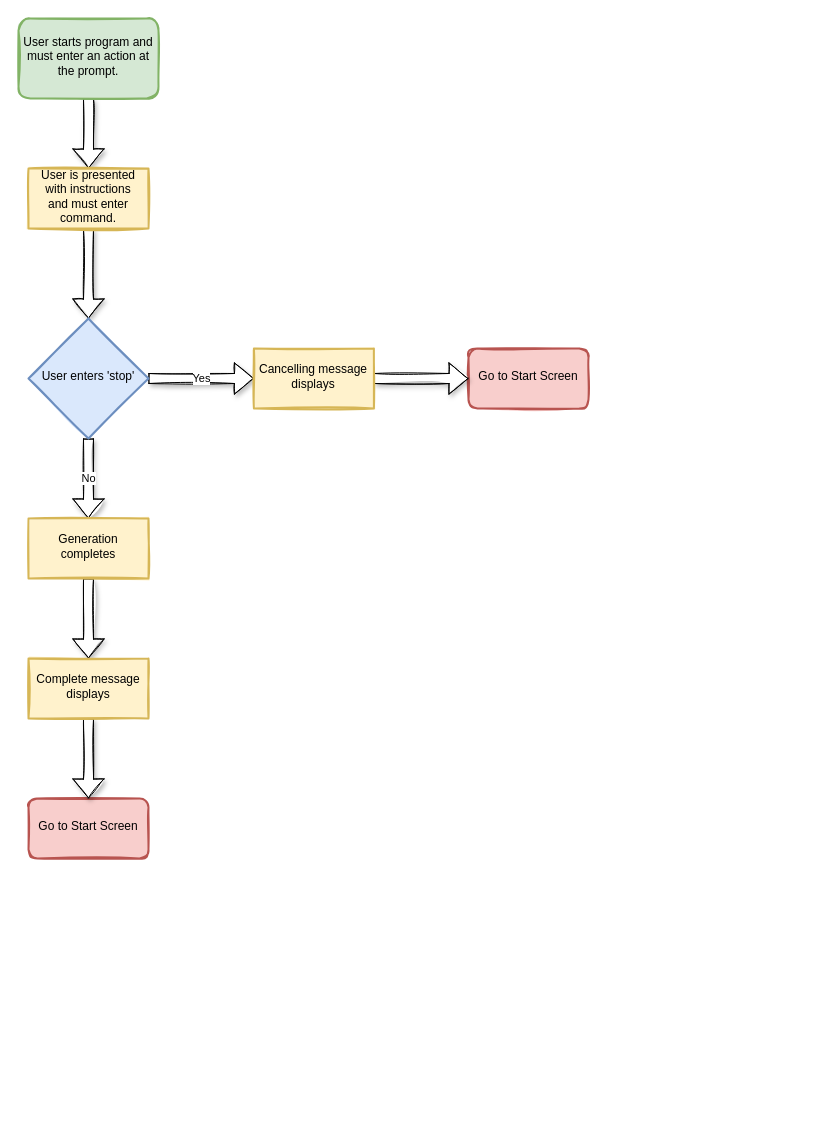
Before: Design/PrintScreenFlow.drawio in zkturman/LanguageCrawler, a draw.io diagram. Source tidied: cells renumbered, new cells numbered last; positions are measured from the earlier drawing's top-left corner, leaving out a move shared by most shapes. Both pictures are drawn from the tidied source at 100%, with x=0, y=0 at pixel (18, 18).
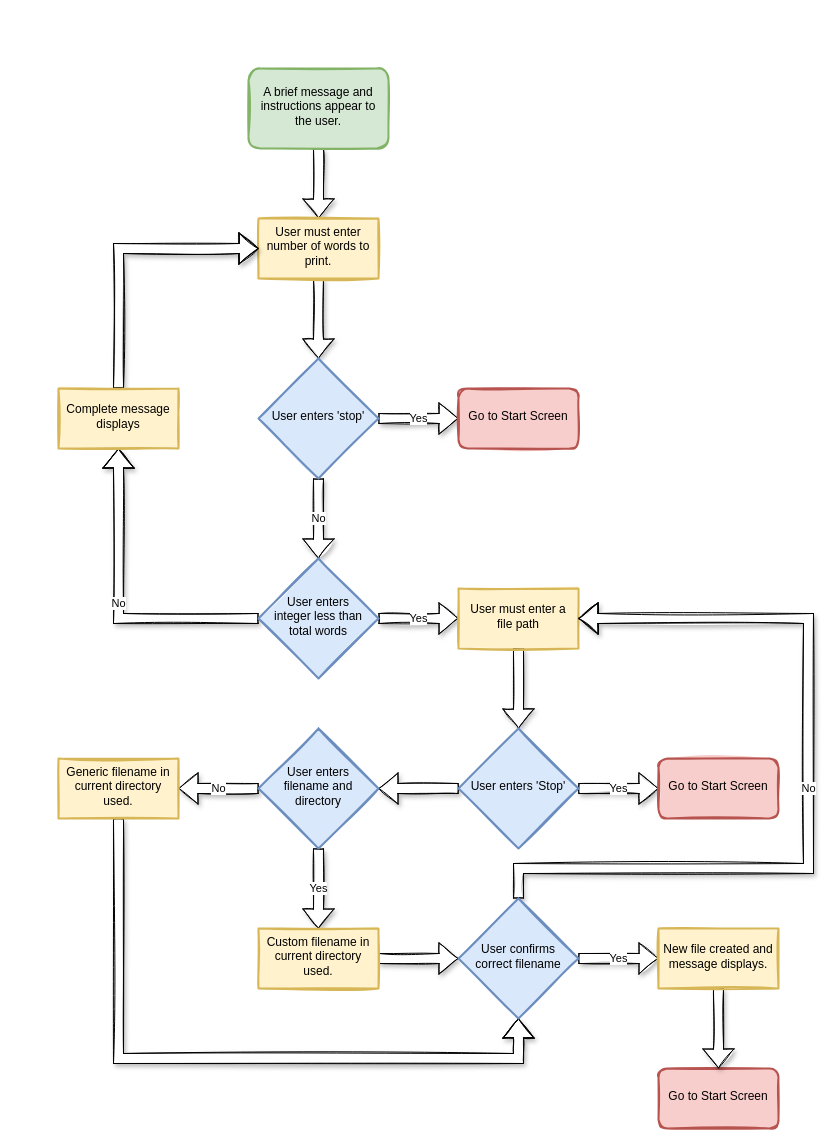
Above is the later version.

Diff of the diagram source:
```diff
@@
-    <mxCell id="3" value="Yes" style="edgeStyle=orthogonalEdgeStyle;rounded=0;jettySize=auto;html=1;exitX=1;exitY=0.5;exitDx=0;exitDy=0;entryX=0;entryY=0.5;entryDx=0;entryDy=0;sketch=1;strokeWidth=1;shadow=1;fillColor=default;shape=flexArrow;" parent="1" edge="1" source="5" target="12">
+    <mxCell id="3" value="Yes" style="edgeStyle=orthogonalEdgeStyle;rounded=0;jettySize=auto;html=1;exitX=1;exitY=0.5;exitDx=0;exitDy=0;entryX=0;entryY=0.5;entryDx=0;entryDy=0;sketch=1;strokeWidth=1;shadow=1;fillColor=default;shape=flexArrow;" parent="1" edge="1" source="5" target="6">
       <mxGeometry relative="1" as="geometry" />
     </mxCell>
-    <mxCell id="4" value="No" style="edgeStyle=orthogonalEdgeStyle;rounded=0;jettySize=auto;html=1;exitX=0.5;exitY=1;exitDx=0;exitDy=0;entryX=0.5;entryY=0;entryDx=0;entryDy=0;sketch=1;strokeWidth=1;shadow=1;fillColor=default;shape=flexArrow;" parent="1" edge="1" source="5" target="14">
+    <mxCell id="4" value="No" style="edgeStyle=orthogonalEdgeStyle;rounded=0;jettySize=auto;html=1;exitX=0.5;exitY=1;exitDx=0;exitDy=0;entryX=0.5;entryY=0;entryDx=0;entryDy=0;sketch=1;strokeWidth=1;shadow=1;fillColor=default;shape=flexArrow;" parent="1" edge="1" source="5" target="19">
       <mxGeometry relative="1" as="geometry" />
     </mxCell>
     <mxCell id="5" value="User enters 'stop'" style="rhombus;whiteSpace=wrap;html=1;shadow=0;fontFamily=Helvetica;fontSize=12;align=center;strokeWidth=2;spacing=6;spacingTop=-4;fillColor=#dae8fc;strokeColor=#6c8ebf;sketch=1;fillStyle=solid;" parent="1" vertex="1">
-      <mxGeometry x="10" y="300" width="120" height="120" as="geometry" />
+      <mxGeometry x="240" y="340" width="120" height="120" as="geometry" />
     </mxCell>
     <mxCell id="6" value="Go to Start Screen" style="rounded=1;whiteSpace=wrap;html=1;fontSize=12;glass=0;strokeWidth=2;shadow=0;fillColor=#f8cecc;strokeColor=#b85450;spacing=6;spacingTop=-4;sketch=1;fillStyle=solid;" parent="1" vertex="1">
-      <mxGeometry x="450" y="330" width="120" height="60" as="geometry" />
+      <mxGeometry x="440" y="370" width="120" height="60" as="geometry" />
     </mxCell>
@@
-    <mxCell id="8" value="User starts program and must enter an action at the prompt." style="rounded=1;whiteSpace=wrap;html=1;fontSize=12;glass=0;strokeWidth=2;shadow=0;fillColor=#d5e8d4;strokeColor=#82b366;spacing=6;spacingTop=-4;sketch=1;fillStyle=solid;" parent="1" vertex="1">
-      <mxGeometry width="140" height="80" as="geometry" />
+    <mxCell id="8" value="A brief message and instructions appear to the user." style="rounded=1;whiteSpace=wrap;html=1;fontSize=12;glass=0;strokeWidth=2;shadow=0;fillColor=#d5e8d4;strokeColor=#82b366;spacing=6;spacingTop=-4;sketch=1;fillStyle=solid;" parent="1" vertex="1">
+      <mxGeometry x="230" y="50" width="140" height="80" as="geometry" />
     </mxCell>
-    <mxCell id="9" value="User is presented with instructions &lt;br&gt;and must enter command." style="rounded=0;whiteSpace=wrap;html=1;fillColor=#fff2cc;strokeColor=#d6b656;shadow=0;strokeWidth=2;spacing=6;spacingTop=-4;sketch=1;fillStyle=solid;" parent="1" vertex="1">
-      <mxGeometry x="10" y="150" width="120" height="60" as="geometry" />
+    <mxCell id="9" value="User must enter number of words to print." style="rounded=0;whiteSpace=wrap;html=1;fillColor=#fff2cc;strokeColor=#d6b656;shadow=0;strokeWidth=2;spacing=6;spacingTop=-4;sketch=1;fillStyle=solid;" parent="1" vertex="1">
+      <mxGeometry x="240" y="200" width="120" height="60" as="geometry" />
     </mxCell>
     <mxCell id="10" value="Go to Start Screen" style="rounded=1;whiteSpace=wrap;html=1;fontSize=12;glass=0;strokeWidth=2;shadow=0;fillColor=#f8cecc;strokeColor=#b85450;spacing=6;spacingTop=-4;sketch=1;fillStyle=solid;" parent="1" vertex="1">
-      <mxGeometry x="10" y="780" width="120" height="60" as="geometry" />
+      <mxGeometry x="640" y="1050" width="120" height="60" as="geometry" />
     </mxCell>
-    <mxCell id="11" style="edgeStyle=orthogonalEdgeStyle;rounded=0;jettySize=auto;html=1;exitX=1;exitY=0.5;exitDx=0;exitDy=0;entryX=0;entryY=0.5;entryDx=0;entryDy=0;sketch=1;strokeWidth=1;shadow=1;fillColor=default;shape=flexArrow;" parent="1" edge="1" source="12" target="6">
-      <mxGeometry relative="1" as="geometry" />
-    </mxCell>
-    <mxCell id="12" value="Cancelling message displays" style="rounded=0;whiteSpace=wrap;html=1;fillColor=#fff2cc;strokeColor=#d6b656;shadow=0;strokeWidth=2;spacing=6;spacingTop=-4;sketch=1;fillStyle=solid;" parent="1" vertex="1">
-      <mxGeometry x="235.4" y="330" width="120" height="60" as="geometry" />
-    </mxCell>
-    <mxCell id="13" style="edgeStyle=orthogonalEdgeStyle;shape=flexArrow;rounded=0;sketch=1;jettySize=auto;html=1;exitX=0.5;exitY=1;exitDx=0;exitDy=0;entryX=0.5;entryY=0;entryDx=0;entryDy=0;shadow=1;labelBackgroundColor=default;fontFamily=Helvetica;fontSize=11;fontColor=default;endArrow=classic;strokeColor=default;strokeWidth=1;fillColor=default;" parent="1" edge="1" source="14" target="16">
-      <mxGeometry relative="1" as="geometry" />
-    </mxCell>
-    <mxCell id="14" value="Generation completes" style="rounded=0;whiteSpace=wrap;html=1;fillColor=#fff2cc;strokeColor=#d6b656;shadow=0;strokeWidth=2;spacing=6;spacingTop=-4;sketch=1;fillStyle=solid;" parent="1" vertex="1">
-      <mxGeometry x="10" y="500" width="120" height="60" as="geometry" />
-    </mxCell>
-    <mxCell id="15" style="edgeStyle=orthogonalEdgeStyle;shape=flexArrow;rounded=0;sketch=1;jettySize=auto;html=1;exitX=0.5;exitY=1;exitDx=0;exitDy=0;entryX=0.5;entryY=0;entryDx=0;entryDy=0;shadow=1;labelBackgroundColor=default;fontFamily=Helvetica;fontSize=11;fontColor=default;endArrow=classic;strokeColor=default;strokeWidth=1;fillColor=default;" parent="1" edge="1" source="16" target="10">
+    <mxCell id="15" style="edgeStyle=orthogonalEdgeStyle;shape=flexArrow;rounded=0;sketch=1;jettySize=auto;html=1;exitX=0.5;exitY=1;exitDx=0;exitDy=0;entryX=0.5;entryY=0;entryDx=0;entryDy=0;shadow=1;labelBackgroundColor=default;fontFamily=Helvetica;fontSize=11;fontColor=default;endArrow=classic;strokeColor=default;strokeWidth=1;fillColor=default;" parent="1" edge="1" source="37" target="10">
       <mxGeometry relative="1" as="geometry" />
     </mxCell>
+    <mxCell id="17" value="Yes&lt;br&gt;" style="edgeStyle=orthogonalEdgeStyle;rounded=0;jettySize=auto;html=1;exitX=1;exitY=0.5;exitDx=0;exitDy=0;sketch=1;strokeWidth=1;shadow=1;fillColor=default;shape=flexArrow;entryX=0;entryY=0.5;entryDx=0;entryDy=0;" parent="1" edge="1" source="19" target="21">
+      <mxGeometry relative="1" as="geometry" />
+    </mxCell>
+    <mxCell id="18" value="No" style="edgeStyle=orthogonalEdgeStyle;shape=flexArrow;rounded=0;sketch=1;jettySize=auto;html=1;exitX=0;exitY=0.5;exitDx=0;exitDy=0;shadow=1;labelBackgroundColor=default;fontFamily=Helvetica;fontSize=11;fontColor=default;endArrow=classic;strokeColor=default;strokeWidth=1;fillColor=default;entryX=0.5;entryY=1;entryDx=0;entryDy=0;" parent="1" edge="1" source="19" target="16">
+      <mxGeometry relative="1" as="geometry">
+        <Array as="points">
+          <mxPoint x="100" y="600" />
+        </Array>
+      </mxGeometry>
+    </mxCell>
+    <mxCell id="19" value="User enters &lt;br&gt;integer less than total words" style="rhombus;whiteSpace=wrap;html=1;shadow=0;fontFamily=Helvetica;fontSize=12;align=center;strokeWidth=2;spacing=6;spacingTop=-4;fillColor=#dae8fc;strokeColor=#6c8ebf;sketch=1;fillStyle=solid;" parent="1" vertex="1">
+      <mxGeometry x="240" y="540" width="120" height="120" as="geometry" />
+    </mxCell>
+    <mxCell id="20" style="edgeStyle=orthogonalEdgeStyle;shape=flexArrow;rounded=0;sketch=1;jettySize=auto;html=1;exitX=0.5;exitY=1;exitDx=0;exitDy=0;entryX=0.5;entryY=0;entryDx=0;entryDy=0;shadow=1;labelBackgroundColor=default;fontFamily=Helvetica;fontSize=11;fontColor=default;endArrow=classic;strokeColor=default;strokeWidth=1;fillColor=default;" parent="1" edge="1" source="21" target="25">
+      <mxGeometry relative="1" as="geometry" />
+    </mxCell>
+    <mxCell id="21" value="User must enter a file path" style="rounded=0;whiteSpace=wrap;html=1;fillColor=#fff2cc;strokeColor=#d6b656;shadow=0;strokeWidth=2;spacing=6;spacingTop=-4;sketch=1;fillStyle=solid;" parent="1" vertex="1">
+      <mxGeometry x="440" y="570" width="120" height="60" as="geometry" />
+    </mxCell>
+    <mxCell id="22" style="edgeStyle=orthogonalEdgeStyle;shape=flexArrow;rounded=0;sketch=1;jettySize=auto;html=1;exitX=0.5;exitY=0;exitDx=0;exitDy=0;entryX=0;entryY=0.5;entryDx=0;entryDy=0;shadow=1;labelBackgroundColor=default;fontFamily=Helvetica;fontSize=11;fontColor=default;endArrow=classic;strokeColor=default;strokeWidth=1;fillColor=default;" parent="1" edge="1" source="16" target="9">
+      <mxGeometry relative="1" as="geometry" />
+    </mxCell>
     <mxCell id="16" value="Complete message displays" style="rounded=0;whiteSpace=wrap;html=1;fillColor=#fff2cc;strokeColor=#d6b656;shadow=0;strokeWidth=2;spacing=6;spacingTop=-4;sketch=1;fillStyle=solid;" parent="1" vertex="1">
-      <mxGeometry x="10" y="640" width="120" height="60" as="geometry" />
+      <mxGeometry x="40" y="370" width="120" height="60" as="geometry" />
     </mxCell>
+    <mxCell id="23" value="Yes" style="edgeStyle=orthogonalEdgeStyle;rounded=0;jettySize=auto;html=1;exitX=1;exitY=0.5;exitDx=0;exitDy=0;entryX=0;entryY=0.5;entryDx=0;entryDy=0;sketch=1;strokeWidth=1;shadow=1;fillColor=default;shape=flexArrow;" parent="1" edge="1" source="25" target="26">
+      <mxGeometry relative="1" as="geometry" />
+    </mxCell>
+    <mxCell id="24" style="edgeStyle=orthogonalEdgeStyle;shape=flexArrow;rounded=0;sketch=1;jettySize=auto;html=1;exitX=0;exitY=0.5;exitDx=0;exitDy=0;shadow=1;labelBackgroundColor=default;fontFamily=Helvetica;fontSize=11;fontColor=default;endArrow=classic;strokeColor=default;strokeWidth=1;fillColor=default;entryX=1;entryY=0.5;entryDx=0;entryDy=0;" parent="1" edge="1" source="25" target="29">
+      <mxGeometry relative="1" as="geometry" />
+    </mxCell>
+    <mxCell id="25" value="User enters 'Stop'" style="rhombus;whiteSpace=wrap;html=1;shadow=0;fontFamily=Helvetica;fontSize=12;align=center;strokeWidth=2;spacing=6;spacingTop=-4;fillColor=#dae8fc;strokeColor=#6c8ebf;sketch=1;fillStyle=solid;" parent="1" vertex="1">
+      <mxGeometry x="440" y="710" width="120" height="120" as="geometry" />
+    </mxCell>
+    <mxCell id="26" value="Go to Start Screen" style="rounded=1;whiteSpace=wrap;html=1;fontSize=12;glass=0;strokeWidth=2;shadow=0;fillColor=#f8cecc;strokeColor=#b85450;spacing=6;spacingTop=-4;sketch=1;fillStyle=solid;" parent="1" vertex="1">
+      <mxGeometry x="640" y="740" width="120" height="60" as="geometry" />
+    </mxCell>
+    <mxCell id="27" value="No" style="edgeStyle=orthogonalEdgeStyle;shape=flexArrow;rounded=0;sketch=1;jettySize=auto;html=1;exitX=0;exitY=0.5;exitDx=0;exitDy=0;shadow=1;labelBackgroundColor=default;fontFamily=Helvetica;fontSize=11;fontColor=default;endArrow=classic;strokeColor=default;strokeWidth=1;fillColor=default;entryX=1;entryY=0.5;entryDx=0;entryDy=0;" parent="1" edge="1" source="29" target="31">
+      <mxGeometry relative="1" as="geometry" />
+    </mxCell>
+    <mxCell id="28" value="Yes" style="edgeStyle=orthogonalEdgeStyle;shape=flexArrow;rounded=0;sketch=1;jettySize=auto;html=1;exitX=0.5;exitY=1;exitDx=0;exitDy=0;shadow=1;labelBackgroundColor=default;fontFamily=Helvetica;fontSize=11;fontColor=default;endArrow=classic;strokeColor=default;strokeWidth=1;fillColor=default;" parent="1" edge="1" source="29" target="33">
+      <mxGeometry relative="1" as="geometry" />
+    </mxCell>
+    <mxCell id="29" value="User enters filename and directory" style="rhombus;whiteSpace=wrap;html=1;shadow=0;fontFamily=Helvetica;fontSize=12;align=center;strokeWidth=2;spacing=6;spacingTop=-4;fillColor=#dae8fc;strokeColor=#6c8ebf;sketch=1;fillStyle=solid;" parent="1" vertex="1">
+      <mxGeometry x="240" y="710" width="120" height="120" as="geometry" />
+    </mxCell>
+    <mxCell id="30" style="edgeStyle=orthogonalEdgeStyle;shape=flexArrow;rounded=0;sketch=1;jettySize=auto;html=1;exitX=0.5;exitY=1;exitDx=0;exitDy=0;entryX=0.5;entryY=1;entryDx=0;entryDy=0;shadow=1;labelBackgroundColor=default;fontFamily=Helvetica;fontSize=11;fontColor=default;endArrow=classic;strokeColor=default;strokeWidth=1;fillColor=default;" parent="1" edge="1" source="31" target="36">
+      <mxGeometry relative="1" as="geometry">
+        <Array as="points">
+          <mxPoint x="100" y="1040" />
+          <mxPoint x="500" y="1040" />
+        </Array>
+      </mxGeometry>
+    </mxCell>
+    <mxCell id="31" value="Generic filename in current directory used." style="rounded=0;whiteSpace=wrap;html=1;fillColor=#fff2cc;strokeColor=#d6b656;shadow=0;strokeWidth=2;spacing=6;spacingTop=-4;sketch=1;fillStyle=solid;" parent="1" vertex="1">
+      <mxGeometry x="40" y="740" width="120" height="60" as="geometry" />
+    </mxCell>
+    <mxCell id="32" style="edgeStyle=orthogonalEdgeStyle;shape=flexArrow;rounded=0;sketch=1;jettySize=auto;html=1;exitX=1;exitY=0.5;exitDx=0;exitDy=0;entryX=0;entryY=0.5;entryDx=0;entryDy=0;shadow=1;labelBackgroundColor=default;fontFamily=Helvetica;fontSize=11;fontColor=default;endArrow=classic;strokeColor=default;strokeWidth=1;fillColor=default;" parent="1" edge="1" source="33" target="36">
+      <mxGeometry relative="1" as="geometry" />
+    </mxCell>
+    <mxCell id="33" value="Custom filename in current directory used." style="rounded=0;whiteSpace=wrap;html=1;fillColor=#fff2cc;strokeColor=#d6b656;shadow=0;strokeWidth=2;spacing=6;spacingTop=-4;sketch=1;fillStyle=solid;" parent="1" vertex="1">
+      <mxGeometry x="240" y="910" width="120" height="60" as="geometry" />
+    </mxCell>
+    <mxCell id="34" value="No" style="edgeStyle=orthogonalEdgeStyle;shape=flexArrow;rounded=0;sketch=1;jettySize=auto;html=1;exitX=0.5;exitY=0;exitDx=0;exitDy=0;shadow=1;labelBackgroundColor=default;fontFamily=Helvetica;fontSize=11;fontColor=default;endArrow=classic;strokeColor=default;strokeWidth=1;fillColor=default;entryX=1;entryY=0.5;entryDx=0;entryDy=0;" parent="1" edge="1" source="36" target="21">
+      <mxGeometry relative="1" as="geometry">
+        <Array as="points">
+          <mxPoint x="500" y="850" />
+          <mxPoint x="790" y="850" />
+          <mxPoint x="790" y="600" />
+        </Array>
+      </mxGeometry>
+    </mxCell>
+    <mxCell id="35" value="Yes" style="edgeStyle=orthogonalEdgeStyle;shape=flexArrow;rounded=0;sketch=1;jettySize=auto;html=1;exitX=1;exitY=0.5;exitDx=0;exitDy=0;shadow=1;labelBackgroundColor=default;fontFamily=Helvetica;fontSize=11;fontColor=default;endArrow=classic;strokeColor=default;strokeWidth=1;fillColor=default;" parent="1" edge="1" source="36" target="37">
+      <mxGeometry relative="1" as="geometry" />
+    </mxCell>
+    <mxCell id="36" value="User confirms correct filename" style="rhombus;whiteSpace=wrap;html=1;shadow=0;fontFamily=Helvetica;fontSize=12;align=center;strokeWidth=2;spacing=6;spacingTop=-4;fillColor=#dae8fc;strokeColor=#6c8ebf;sketch=1;fillStyle=solid;" parent="1" vertex="1">
+      <mxGeometry x="440" y="880" width="120" height="120" as="geometry" />
+    </mxCell>
+    <mxCell id="37" value="New file created and message displays." style="rounded=0;whiteSpace=wrap;html=1;fillColor=#fff2cc;strokeColor=#d6b656;shadow=0;strokeWidth=2;spacing=6;spacingTop=-4;sketch=1;fillStyle=solid;" parent="1" vertex="1">
+      <mxGeometry x="640" y="910" width="120" height="60" as="geometry" />
+    </mxCell>
```
